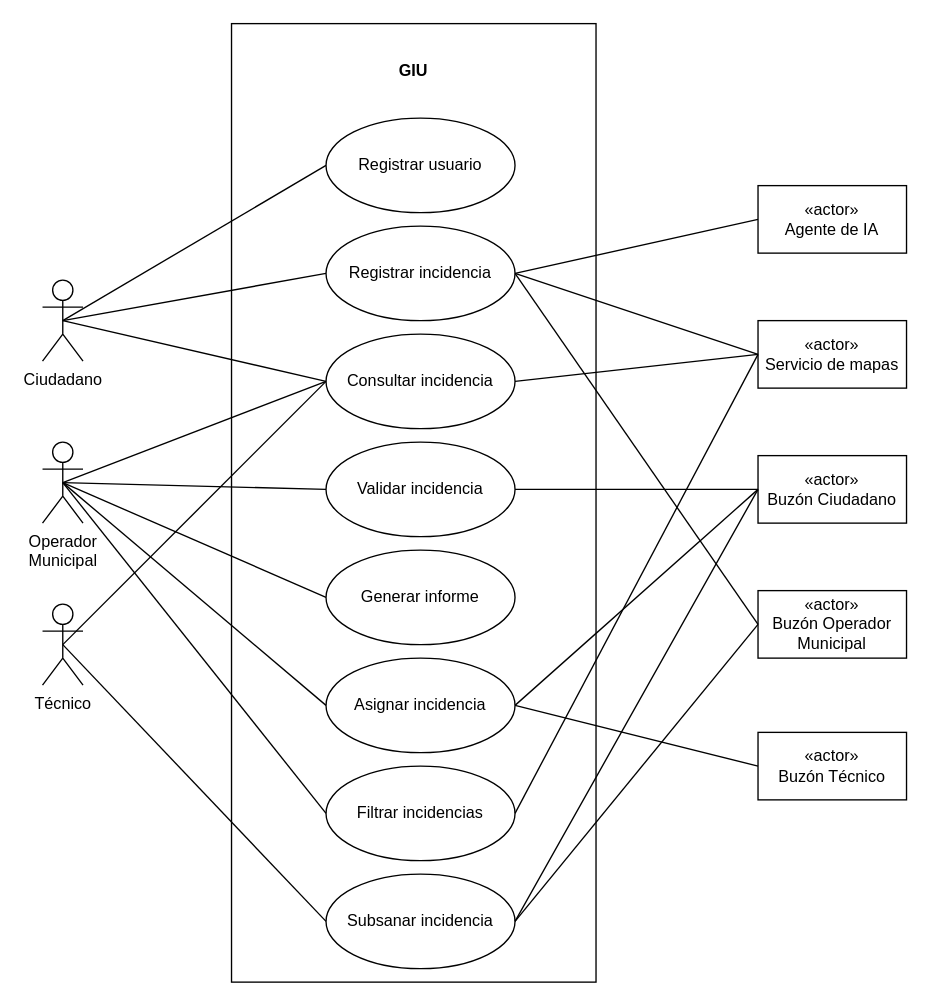
javimoralesg/UrbanDesk keeps this draw.io diagram as Diagrams/Diagrama de casos de uso_v2.drawio. Above is the earlier version. Source tidied: cells renumbered, new cells numbered last; positions are measured from the earlier drawing's top-left corner, leaving out a move shared by most shapes. Both pictures are drawn from the tidied source at 135%, with x=0, y=0 at pixel (42, 23).
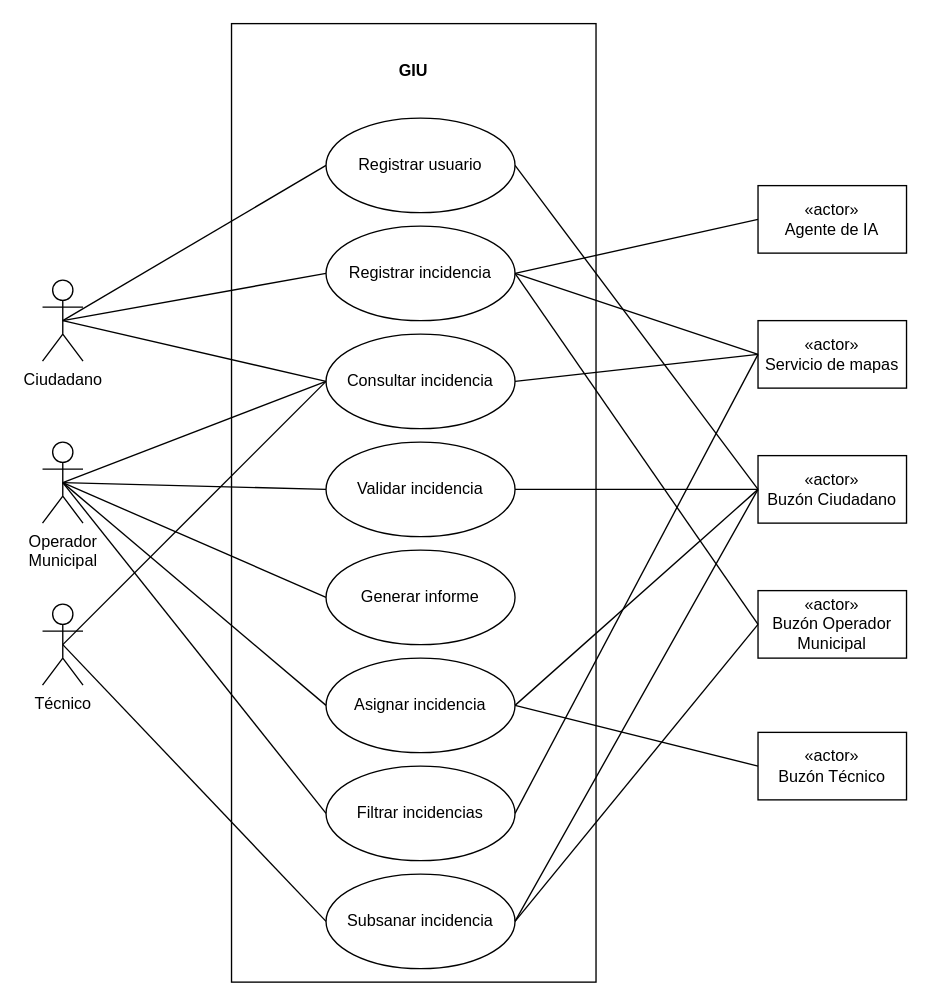
The same diagram, later.

Commit message:
actualizar diagrama de casos de uso

The change refers to these unchanged cells:
```xml
<mxCell id="6" value="«actor»&lt;br&gt;Buzón Ciudadano" style="html=1;whiteSpace=wrap;" parent="1" vertex="1">
  <mxGeometry x="530" y="320" width="110" height="50" as="geometry" />
</mxCell>
<mxCell id="15" value="Registrar usuario" style="ellipse;whiteSpace=wrap;html=1;" parent="1" vertex="1">
  <mxGeometry x="210" y="70" width="140" height="70" as="geometry" />
</mxCell>
```

Diff of the diagram source:
```diff
@@
+    <mxCell id="40" style="endArrow=none;html=1;rounded=0;exitX=1;exitY=0.5;exitDx=0;exitDy=0;entryX=0;entryY=0.5;entryDx=0;entryDy=0;" parent="1" edge="1" source="15" target="6">
+      <mxGeometry relative="1" as="geometry" />
+    </mxCell>
```
